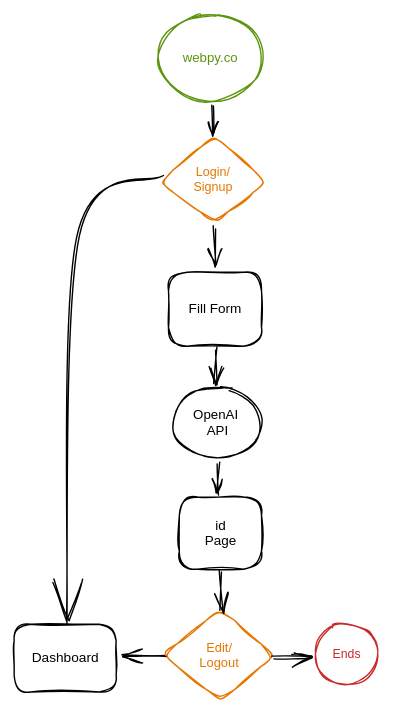
Earlier version of the Excalidraw export .gitbook/assets/file.excalidraw.svg (webpyco/www-webpy-co). Source tidied: one line per element, renumbered; positions are measured from the earlier drawing's top-left corner, leaving out a move shared by most shapes. Its diagram source:
```json
{"id": 0, "type": "diamond", "strokeColor": "#e67700", "strokeWidth": 1, "roughness": 1, "round": true, "x": 104, "y": 87, "width": 77, "height": 62}
{"id": 1, "type": "text", "text": "Login/\nSignup", "strokeColor": "#e67700", "strokeWidth": 1, "roughness": 1, "fontSize": 8.96, "fontFamily": 2, "textAlign": "center", "verticalAlign": "middle", "inside": 0, "x": 128, "y": 108, "width": 28, "height": 21}
{"id": 2, "type": "rectangle", "strokeColor": "#000000", "strokeWidth": 1, "roughness": 1, "round": true, "x": 110, "y": 185, "width": 66, "height": 53}
{"id": 3, "type": "text", "text": "Fill Form", "strokeColor": "#000000", "strokeWidth": 1, "roughness": 1, "fontSize": 9.71, "fontFamily": 2, "textAlign": "center", "verticalAlign": "middle", "inside": 2, "x": 125, "y": 205, "width": 38, "height": 11}
{"id": 4, "type": "arrow", "strokeColor": "#000000", "strokeWidth": 1, "roughness": 1, "endArrowhead": "arrow", "round": true, "from": 0, "to": 2, "x": 143, "y": 152, "width": 0, "height": 28, "points": [[0, 0], [0, 28]]}
{"id": 5, "type": "ellipse", "strokeColor": "#000000", "strokeWidth": 1, "roughness": 1, "round": true, "x": 114, "y": 266, "width": 63, "height": 52}
{"id": 6, "type": "text", "text": "OpenAI \nAPI", "strokeColor": "#000000", "strokeWidth": 1, "roughness": 1, "fontSize": 9.49, "fontFamily": 2, "textAlign": "center", "verticalAlign": "middle", "inside": 5, "x": 128, "y": 281, "width": 35, "height": 22}
{"id": 7, "type": "arrow", "strokeColor": "#000000", "strokeWidth": 1, "roughness": 1, "endArrowhead": "arrow", "round": true, "from": 2, "to": 5, "x": 144, "y": 239, "width": 1, "height": 26, "points": [[0, 0], [-1, 26]]}
{"id": 8, "type": "rectangle", "strokeColor": "#000000", "strokeWidth": 1, "roughness": 1, "round": true, "x": 118, "y": 345, "width": 59, "height": 52}
{"id": 9, "type": "text", "text": "id\nPage", "strokeColor": "#000000", "strokeWidth": 1, "roughness": 1, "fontSize": 9.62, "fontFamily": 2, "textAlign": "center", "verticalAlign": "middle", "inside": 8, "x": 136, "y": 360, "width": 22, "height": 22}
{"id": 10, "type": "arrow", "strokeColor": "#000000", "strokeWidth": 1, "roughness": 1, "endArrowhead": "arrow", "round": true, "from": 5, "to": 8, "x": 146, "y": 322, "width": 1, "height": 21, "points": [[0, 0], [1, 21]]}
{"id": 11, "type": "diamond", "strokeColor": "#e67700", "strokeWidth": 1, "roughness": 1, "round": true, "x": 106, "y": 425, "width": 80, "height": 66}
{"id": 12, "type": "text", "text": "Edit/\nLogout", "strokeColor": "#e67700", "strokeWidth": 1, "roughness": 1, "fontSize": 9.23, "fontFamily": 2, "textAlign": "center", "verticalAlign": "middle", "inside": 11, "x": 132, "y": 448, "width": 28, "height": 21}
{"id": 13, "type": "arrow", "strokeColor": "#000000", "strokeWidth": 1, "roughness": 1, "endArrowhead": "arrow", "round": true, "from": 8, "x": 148, "y": 399, "width": 1, "height": 28, "points": [[0, 0], [-1, 28]]}
{"id": 14, "type": "rectangle", "strokeColor": "#000000", "strokeWidth": 1, "roughness": 1, "round": true, "x": 0, "y": 436, "width": 73, "height": 48}
{"id": 15, "type": "text", "text": "Dashboard", "strokeColor": "#000000", "strokeWidth": 1, "roughness": 1, "fontSize": 9.77, "fontFamily": 2, "textAlign": "center", "verticalAlign": "middle", "inside": 14, "x": 13, "y": 455, "width": 48, "height": 11}
{"id": 16, "type": "arrow", "strokeColor": "#000000", "strokeWidth": 1, "roughness": 1, "endArrowhead": "arrow", "round": true, "to": 14, "x": 108, "y": 459, "width": 29, "height": 0, "points": [[0, 0], [-29, 0]]}
{"id": 17, "type": "ellipse", "strokeColor": "#c92a2a", "strokeWidth": 1, "roughness": 1, "round": true, "x": 215, "y": 436, "width": 46, "height": 44}
{"id": 18, "type": "text", "text": "Ends", "strokeColor": "#c92a2a", "strokeWidth": 1, "roughness": 1, "fontSize": 8.8, "fontFamily": 2, "textAlign": "center", "verticalAlign": "middle", "inside": 17, "x": 228, "y": 452, "width": 20, "height": 10}
{"id": 19, "type": "arrow", "strokeColor": "#000000", "strokeWidth": 1, "roughness": 1, "endArrowhead": "arrow", "round": true, "from": 11, "to": 17, "x": 185, "y": 460, "width": 27, "height": 1, "points": [[0, 0], [27, -1]]}
{"id": 20, "type": "ellipse", "strokeColor": "#5c940d", "strokeWidth": 1, "roughness": 1, "round": true, "x": 103, "y": 0, "width": 74, "height": 62}
{"id": 21, "type": "text", "text": "webpy.co", "strokeColor": "#5c940d", "strokeWidth": 1, "roughness": 1, "fontSize": 9.46, "fontFamily": 2, "textAlign": "center", "verticalAlign": "middle", "inside": 20, "x": 120, "y": 26, "width": 39, "height": 11}
{"id": 22, "type": "arrow", "strokeColor": "#000000", "strokeWidth": 1, "roughness": 1, "endArrowhead": "arrow", "round": true, "from": 20, "to": 0, "x": 142, "y": 65, "width": 1, "height": 20, "points": [[0, 0], [1, 20]]}
{"id": 23, "type": "arrow", "strokeColor": "#000000", "strokeWidth": 1, "roughness": 1, "endArrowhead": "arrow", "round": true, "from": 0, "to": 14, "x": 106, "y": 115, "width": 69, "height": 320, "points": [[0, 0], [-60, 43], [-69, 320]]}
```
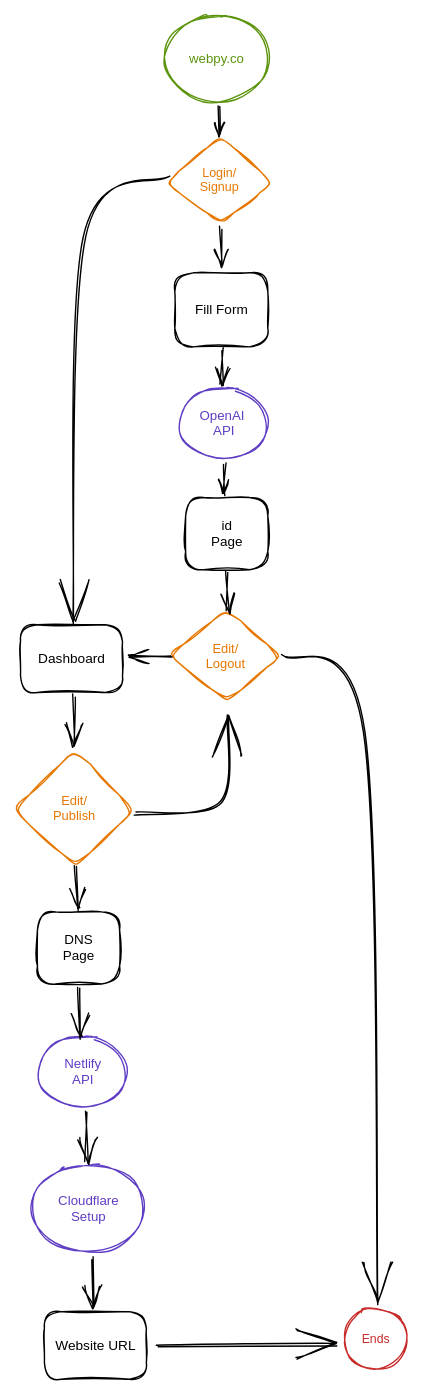
Above is the later version.

Commit message:
GITBOOK-48: change request with no subject merged in GitBook

What changed in the source:
```diff
@@ -3,8 +3,8 @@
 {"id": 2, "type": "rectangle", "strokeColor": "#000000", "strokeWidth": 1, "roughness": 1, "round": true, "x": 110, "y": 185, "width": 66, "height": 53}
 {"id": 3, "type": "text", "text": "Fill Form", "strokeColor": "#000000", "strokeWidth": 1, "roughness": 1, "fontSize": 9.71, "fontFamily": 2, "textAlign": "center", "verticalAlign": "middle", "inside": 2, "x": 125, "y": 205, "width": 38, "height": 11}
 {"id": 4, "type": "arrow", "strokeColor": "#000000", "strokeWidth": 1, "roughness": 1, "endArrowhead": "arrow", "round": true, "from": 0, "to": 2, "x": 143, "y": 152, "width": 0, "height": 28, "points": [[0, 0], [0, 28]]}
-{"id": 5, "type": "ellipse", "strokeColor": "#000000", "strokeWidth": 1, "roughness": 1, "round": true, "x": 114, "y": 266, "width": 63, "height": 52}
+{"id": 5, "type": "ellipse", "strokeColor": "#5f3dc4", "strokeWidth": 1, "roughness": 1, "round": true, "x": 114, "y": 266, "width": 63, "height": 52}
-{"id": 6, "type": "text", "text": "OpenAI \nAPI", "strokeColor": "#000000", "strokeWidth": 1, "roughness": 1, "fontSize": 9.49, "fontFamily": 2, "textAlign": "center", "verticalAlign": "middle", "inside": 5, "x": 128, "y": 281, "width": 35, "height": 22}
+{"id": 6, "type": "text", "text": "OpenAI \nAPI", "strokeColor": "#5f3dc4", "strokeWidth": 1, "roughness": 1, "fontSize": 9.49, "fontFamily": 2, "textAlign": "center", "verticalAlign": "middle", "inside": 5, "x": 128, "y": 281, "width": 35, "height": 22}
 {"id": 7, "type": "arrow", "strokeColor": "#000000", "strokeWidth": 1, "roughness": 1, "endArrowhead": "arrow", "round": true, "from": 2, "to": 5, "x": 144, "y": 239, "width": 1, "height": 26, "points": [[0, 0], [-1, 26]]}
 {"id": 8, "type": "rectangle", "strokeColor": "#000000", "strokeWidth": 1, "roughness": 1, "round": true, "x": 118, "y": 345, "width": 59, "height": 52}
 {"id": 9, "type": "text", "text": "id\nPage", "strokeColor": "#000000", "strokeWidth": 1, "roughness": 1, "fontSize": 9.62, "fontFamily": 2, "textAlign": "center", "verticalAlign": "middle", "inside": 8, "x": 136, "y": 360, "width": 22, "height": 22}
@@ -15,10 +15,27 @@
 {"id": 14, "type": "rectangle", "strokeColor": "#000000", "strokeWidth": 1, "roughness": 1, "round": true, "x": 0, "y": 436, "width": 73, "height": 48}
 {"id": 15, "type": "text", "text": "Dashboard", "strokeColor": "#000000", "strokeWidth": 1, "roughness": 1, "fontSize": 9.77, "fontFamily": 2, "textAlign": "center", "verticalAlign": "middle", "inside": 14, "x": 13, "y": 455, "width": 48, "height": 11}
 {"id": 16, "type": "arrow", "strokeColor": "#000000", "strokeWidth": 1, "roughness": 1, "endArrowhead": "arrow", "round": true, "to": 14, "x": 108, "y": 459, "width": 29, "height": 0, "points": [[0, 0], [-29, 0]]}
-{"id": 17, "type": "ellipse", "strokeColor": "#c92a2a", "strokeWidth": 1, "roughness": 1, "round": true, "x": 215, "y": 436, "width": 46, "height": 44}
+{"id": 17, "type": "ellipse", "strokeColor": "#c92a2a", "strokeWidth": 1, "roughness": 1, "round": true, "x": 231, "y": 925, "width": 46, "height": 44}
-{"id": 18, "type": "text", "text": "Ends", "strokeColor": "#c92a2a", "strokeWidth": 1, "roughness": 1, "fontSize": 8.8, "fontFamily": 2, "textAlign": "center", "verticalAlign": "middle", "inside": 17, "x": 228, "y": 452, "width": 20, "height": 10}
+{"id": 18, "type": "text", "text": "Ends", "strokeColor": "#c92a2a", "strokeWidth": 1, "roughness": 1, "fontSize": 8.8, "fontFamily": 2, "textAlign": "center", "verticalAlign": "middle", "inside": 17, "x": 244, "y": 941, "width": 20, "height": 10}
-{"id": 19, "type": "arrow", "strokeColor": "#000000", "strokeWidth": 1, "roughness": 1, "endArrowhead": "arrow", "round": true, "from": 11, "to": 17, "x": 185, "y": 460, "width": 27, "height": 1, "points": [[0, 0], [27, -1]]}
 {"id": 20, "type": "ellipse", "strokeColor": "#5c940d", "strokeWidth": 1, "roughness": 1, "round": true, "x": 103, "y": 0, "width": 74, "height": 62}
 {"id": 21, "type": "text", "text": "webpy.co", "strokeColor": "#5c940d", "strokeWidth": 1, "roughness": 1, "fontSize": 9.46, "fontFamily": 2, "textAlign": "center", "verticalAlign": "middle", "inside": 20, "x": 120, "y": 26, "width": 39, "height": 11}
 {"id": 22, "type": "arrow", "strokeColor": "#000000", "strokeWidth": 1, "roughness": 1, "endArrowhead": "arrow", "round": true, "from": 20, "to": 0, "x": 142, "y": 65, "width": 1, "height": 20, "points": [[0, 0], [1, 20]]}
 {"id": 23, "type": "arrow", "strokeColor": "#000000", "strokeWidth": 1, "roughness": 1, "endArrowhead": "arrow", "round": true, "from": 0, "to": 14, "x": 106, "y": 115, "width": 69, "height": 320, "points": [[0, 0], [-60, 43], [-69, 320]]}
+{"id": 24, "type": "diamond", "strokeColor": "#e67700", "strokeWidth": 1, "roughness": 1, "round": true, "x": -5, "y": 525, "width": 86, "height": 84}
+{"id": 25, "type": "text", "text": "Edit/\nPublish", "strokeColor": "#e67700", "strokeWidth": 1, "roughness": 1, "fontSize": 9.23, "fontFamily": 2, "textAlign": "center", "verticalAlign": "middle", "inside": 24, "x": 23, "y": 557, "width": 30, "height": 21}
+{"id": 26, "type": "arrow", "strokeColor": "#000000", "strokeWidth": 1, "roughness": 1, "endArrowhead": "arrow", "round": true, "from": 14, "to": 24, "x": 38, "y": 486, "width": 0, "height": 34, "points": [[0, 0], [0, 34]]}
+{"id": 27, "type": "arrow", "strokeColor": "#000000", "strokeWidth": 1, "roughness": 1, "endArrowhead": "arrow", "round": true, "from": 24, "to": 11, "x": 82, "y": 571, "width": 67, "height": 69, "points": [[0, 0], [60, -8], [67, -69]]}
+{"id": 28, "type": "rectangle", "strokeColor": "#000000", "strokeWidth": 1, "roughness": 1, "round": true, "x": 12, "y": 641, "width": 59, "height": 52}
+{"id": 29, "type": "text", "text": "DNS\nPage", "strokeColor": "#000000", "strokeWidth": 1, "roughness": 1, "fontSize": 9.62, "fontFamily": 2, "textAlign": "center", "verticalAlign": "middle", "inside": 28, "x": 30, "y": 656, "width": 22, "height": 22}
+{"id": 30, "type": "arrow", "strokeColor": "#000000", "strokeWidth": 1, "roughness": 1, "endArrowhead": "arrow", "round": true, "from": 24, "to": 28, "x": 40, "y": 608, "width": 0, "height": 31, "points": [[0, 0], [0, 31]]}
+{"id": 31, "type": "ellipse", "strokeColor": "#5f3dc4", "strokeWidth": 1, "roughness": 1, "round": true, "x": 13, "y": 730, "width": 63, "height": 52}
+{"id": 32, "type": "text", "text": "Netlify\nAPI", "strokeColor": "#5f3dc4", "strokeWidth": 1, "roughness": 1, "fontSize": 9.49, "fontFamily": 2, "textAlign": "center", "verticalAlign": "middle", "inside": 31, "x": 31, "y": 745, "width": 26, "height": 22}
+{"id": 33, "type": "arrow", "strokeColor": "#000000", "strokeWidth": 1, "roughness": 1, "endArrowhead": "arrow", "round": true, "from": 28, "x": 42, "y": 695, "width": 1, "height": 36, "points": [[0, 0], [-1, 36]]}
+{"id": 34, "type": "ellipse", "strokeColor": "#5f3dc4", "strokeWidth": 1, "roughness": 1, "round": true, "x": 8, "y": 822, "width": 80, "height": 63}
+{"id": 35, "type": "text", "text": "Cloudflare\nSetup", "strokeColor": "#5f3dc4", "strokeWidth": 1, "roughness": 1, "fontSize": 9.49, "fontFamily": 2, "textAlign": "center", "verticalAlign": "middle", "inside": 34, "x": 27, "y": 843, "width": 43, "height": 22}
+{"id": 36, "type": "arrow", "strokeColor": "#000000", "strokeWidth": 1, "roughness": 1, "endArrowhead": "arrow", "round": true, "from": 31, "to": 34, "x": 47, "y": 784, "width": 0, "height": 37, "points": [[0, 0], [0, 37]]}
+{"id": 37, "type": "rectangle", "strokeColor": "#000000", "strokeWidth": 1, "roughness": 1, "round": true, "x": 17, "y": 927, "width": 73, "height": 48}
+{"id": 38, "type": "text", "text": "Website URL", "strokeColor": "#000000", "strokeWidth": 1, "roughness": 1, "fontSize": 9.77, "fontFamily": 2, "textAlign": "center", "verticalAlign": "middle", "inside": 37, "x": 25, "y": 946, "width": 57, "height": 11}
+{"id": 39, "type": "arrow", "strokeColor": "#000000", "strokeWidth": 1, "roughness": 1, "endArrowhead": "arrow", "round": true, "from": 34, "to": 37, "x": 51, "y": 889, "width": 1, "height": 35, "points": [[0, 0], [1, 35]]}
+{"id": 40, "type": "arrow", "strokeColor": "#000000", "strokeWidth": 1, "roughness": 1, "endArrowhead": "arrow", "round": true, "from": 37, "to": 17, "x": 98, "y": 952, "width": 128, "height": 1, "points": [[0, 0], [128, -1]]}
+{"id": 41, "type": "arrow", "strokeColor": "#000000", "strokeWidth": 1, "roughness": 1, "endArrowhead": "arrow", "round": true, "from": 11, "to": 17, "x": 188, "y": 458, "width": 66, "height": 464, "points": [[0, 0], [58, 55], [66, 464]]}
```
